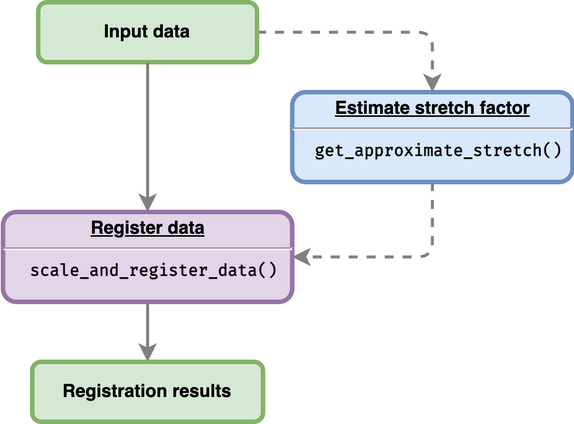
Above: vignettes/figures/registration_process.png in ruthkr/GREAT (draw.io), before the change. Source tidied: cells renumbered, new cells last; positions are measured from the earlier drawing's top-left corner, leaving out a move shared by most shapes.
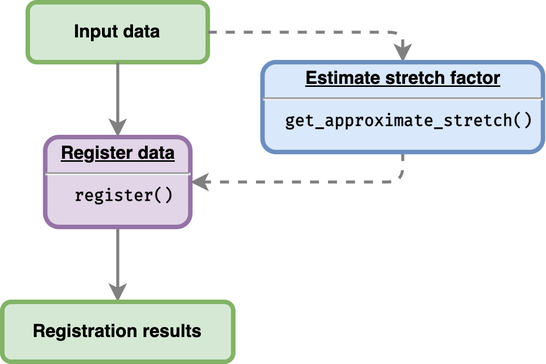
After the change.

The edit, as a diff of the source:
```diff
@@ -2,29 +2,29 @@
   <root>
     <mxCell id="0" />
     <mxCell id="1" parent="0" />
-    <mxCell id="2" style="edgeStyle=orthogonalEdgeStyle;rounded=0;jettySize=auto;html=1;strokeColor=#808080;strokeWidth=2;" parent="1" edge="1" source="3" target="9">
+    <mxCell id="2" style="edgeStyle=orthogonalEdgeStyle;rounded=0;jettySize=auto;html=1;strokeColor=#808080;strokeWidth=2;" parent="1" edge="1" source="3" target="6">
       <mxGeometry relative="1" as="geometry" />
     </mxCell>
-    <mxCell id="3" value="&lt;p style=&quot;margin: 0px ; margin-top: 4px ; text-align: center ; text-decoration: underline&quot;&gt;&lt;strong&gt;Register data&lt;/strong&gt;&lt;/p&gt;&lt;hr&gt;&lt;p style=&quot;margin: 0px ; margin-left: 8px&quot;&gt;&lt;font face=&quot;Fira Code&quot; style=&quot;font-size: 11px&quot;&gt;scale_and_register_data()&lt;/font&gt;&lt;br&gt;&lt;/p&gt;" style="verticalAlign=middle;align=center;overflow=fill;fontSize=12;fontFamily=Helvetica;html=1;rounded=1;fontStyle=1;strokeWidth=3;fillColor=#e1d5e7;strokeColor=#9673a6;" parent="1" vertex="1">
-      <mxGeometry x="0.5" y="140" width="193" height="60" as="geometry" />
+    <mxCell id="3" value="&lt;p style=&quot;margin: 0px ; margin-top: 4px ; text-align: center ; text-decoration: underline&quot;&gt;&lt;strong&gt;Register data&lt;/strong&gt;&lt;/p&gt;&lt;hr&gt;&lt;p style=&quot;margin: 0px ; margin-left: 8px&quot;&gt;&lt;font face=&quot;Fira Code&quot; style=&quot;font-size: 11px&quot;&gt;register(&lt;/font&gt;&lt;span style=&quot;font-size: 11px; font-family: &amp;quot;Fira Code&amp;quot;; background-color: initial;&quot;&gt;)&lt;/span&gt;&lt;/p&gt;" style="verticalAlign=middle;align=center;overflow=fill;fontSize=12;fontFamily=Helvetica;html=1;rounded=1;fontStyle=1;strokeWidth=3;fillColor=#e1d5e7;strokeColor=#9673a6;" parent="1" vertex="1">
+      <mxGeometry x="-1115.4" y="630" width="96.8" height="60" as="geometry" />
     </mxCell>
-    <mxCell id="4" style="edgeStyle=orthogonalEdgeStyle;jettySize=auto;html=1;exitX=1;exitY=0.5;exitDx=0;exitDy=0;entryX=0.5;entryY=0;entryDx=0;entryDy=0;strokeColor=#808080;strokeWidth=2;dashed=1;rounded=1;" parent="1" edge="1" source="5" target="8">
-      <mxGeometry relative="1" as="geometry" />
+    <mxCell id="4" value="Input data" style="whiteSpace=wrap;align=center;verticalAlign=middle;fontStyle=1;strokeWidth=3;fillColor=#d5e8d4;strokeColor=#82b366;rounded=1;" parent="1" vertex="1">
+      <mxGeometry x="-1127" y="540" width="120" height="40" as="geometry" />
     </mxCell>
-    <mxCell id="5" value="Input data" style="whiteSpace=wrap;align=center;verticalAlign=middle;fontStyle=1;strokeWidth=3;fillColor=#d5e8d4;strokeColor=#82b366;rounded=1;" parent="1" vertex="1">
-      <mxGeometry x="24" width="146" height="40" as="geometry" />
+    <mxCell id="5" style="edgeStyle=none;noEdgeStyle=1;strokeColor=#808080;strokeWidth=2;" parent="1" edge="1" source="4" target="3">
+      <mxGeometry relative="1" as="geometry" />
     </mxCell>
-    <mxCell id="6" style="edgeStyle=none;noEdgeStyle=1;strokeColor=#808080;strokeWidth=2;" parent="1" edge="1" source="5" target="3">
-      <mxGeometry relative="1" as="geometry" />
+    <mxCell id="6" value="Registration results" style="whiteSpace=wrap;align=center;verticalAlign=middle;fontStyle=1;strokeWidth=3;fillColor=#d5e8d4;strokeColor=#82b366;rounded=1;" parent="1" vertex="1">
+      <mxGeometry x="-1144" y="740" width="154" height="40" as="geometry" />
     </mxCell>
-    <mxCell id="7" style="edgeStyle=orthogonalEdgeStyle;rounded=1;jettySize=auto;html=1;exitX=0.5;exitY=1;exitDx=0;exitDy=0;entryX=1;entryY=0.5;entryDx=0;entryDy=0;dashed=1;strokeColor=#808080;strokeWidth=2;" parent="1" edge="1" source="8" target="3">
+    <mxCell id="7" style="edgeStyle=orthogonalEdgeStyle;jettySize=auto;html=1;entryX=0.5;entryY=0;entryDx=0;entryDy=0;strokeColor=#808080;strokeWidth=2;dashed=1;rounded=1;exitX=1;exitY=0.5;exitDx=0;exitDy=0;" parent="1" edge="1" source="4" target="9">
       <mxGeometry relative="1" as="geometry" />
     </mxCell>
-    <mxCell id="8" value="&lt;p style=&quot;margin: 0px ; margin-top: 4px ; text-align: center ; text-decoration: underline&quot;&gt;&lt;strong&gt;Estimate stretch factor&lt;/strong&gt;&lt;/p&gt;&lt;hr&gt;&lt;p style=&quot;margin: 0px ; margin-left: 8px&quot;&gt;&lt;font face=&quot;Fira Code&quot; style=&quot;font-size: 11px&quot;&gt;get_approximate_stretch()&lt;/font&gt;&lt;br&gt;&lt;/p&gt;" style="verticalAlign=middle;align=center;overflow=fill;fontSize=12;fontFamily=Helvetica;html=1;rounded=1;fontStyle=1;strokeWidth=3;fillColor=#dae8fc;strokeColor=#6c8ebf;" parent="1" vertex="1">
-      <mxGeometry x="193.5" y="60" width="187" height="60" as="geometry" />
+    <mxCell id="8" style="edgeStyle=orthogonalEdgeStyle;rounded=1;jettySize=auto;html=1;exitX=0.5;exitY=1;exitDx=0;exitDy=0;dashed=1;strokeColor=#808080;strokeWidth=2;entryX=1;entryY=0.5;entryDx=0;entryDy=0;" parent="1" edge="1" source="9" target="3">
+      <mxGeometry relative="1" as="geometry" />
     </mxCell>
-    <mxCell id="9" value="Registration results" style="whiteSpace=wrap;align=center;verticalAlign=middle;fontStyle=1;strokeWidth=3;fillColor=#d5e8d4;strokeColor=#82b366;rounded=1;" parent="1" vertex="1">
-      <mxGeometry x="20" y="240" width="154" height="40" as="geometry" />
+    <mxCell id="9" value="&lt;p style=&quot;margin: 0px ; margin-top: 4px ; text-align: center ; text-decoration: underline&quot;&gt;&lt;strong&gt;Estimate stretch factor&lt;/strong&gt;&lt;/p&gt;&lt;hr&gt;&lt;p style=&quot;margin: 0px ; margin-left: 8px&quot;&gt;&lt;font face=&quot;Fira Code&quot; style=&quot;font-size: 11px&quot;&gt;get_approximate_stretch()&lt;/font&gt;&lt;br&gt;&lt;/p&gt;" style="verticalAlign=middle;align=center;overflow=fill;fontSize=12;fontFamily=Helvetica;html=1;rounded=1;fontStyle=1;strokeWidth=3;fillColor=#dae8fc;strokeColor=#6c8ebf;" parent="1" vertex="1">
+      <mxGeometry x="-970.5" y="580" width="187" height="60" as="geometry" />
     </mxCell>
   </root>
 </mxGraphModel>
```
